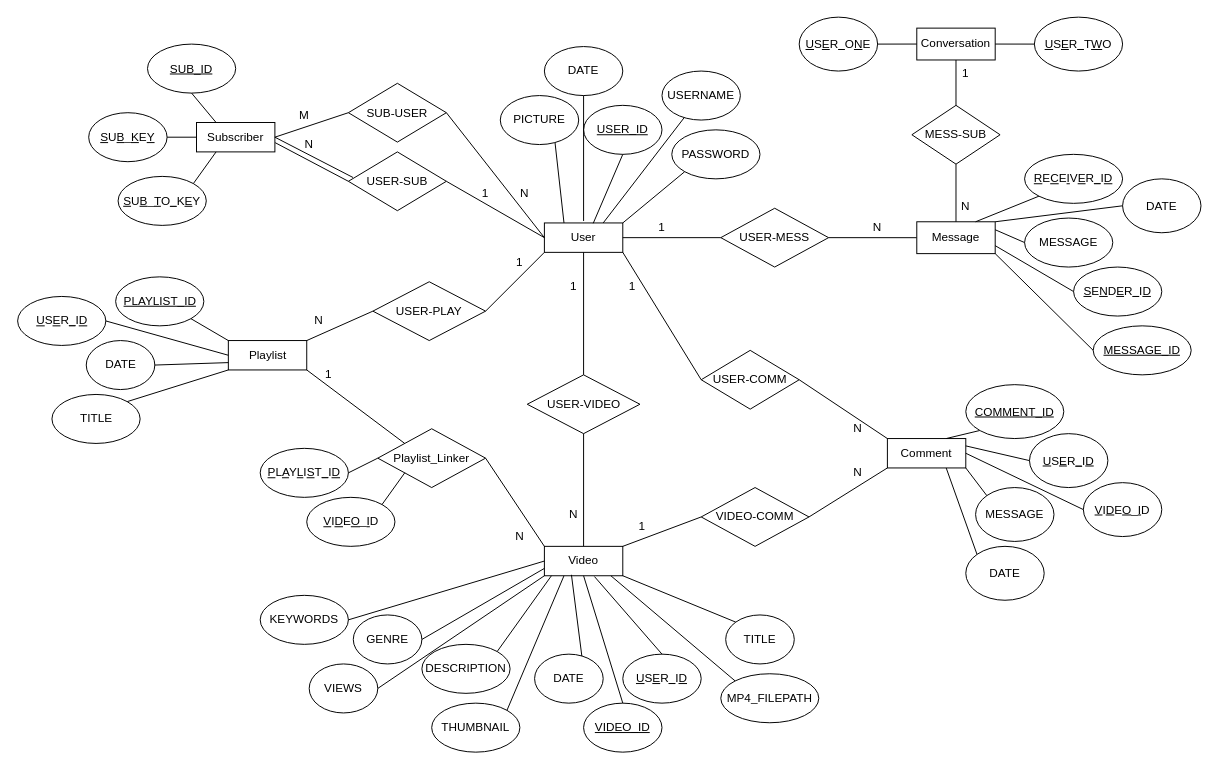
The draw.io diagram Design/Tables/ER_Diagram.drawio in Jacob-Mellichamp/MeTube, before the edit. Source tidied: cells renumbered, new cells numbered last; positions are measured from the earlier drawing's top-left corner, leaving out a move shared by most shapes. Both pictures are drawn from the tidied source at 98%, with x=0, y=0 at pixel (17, 17).
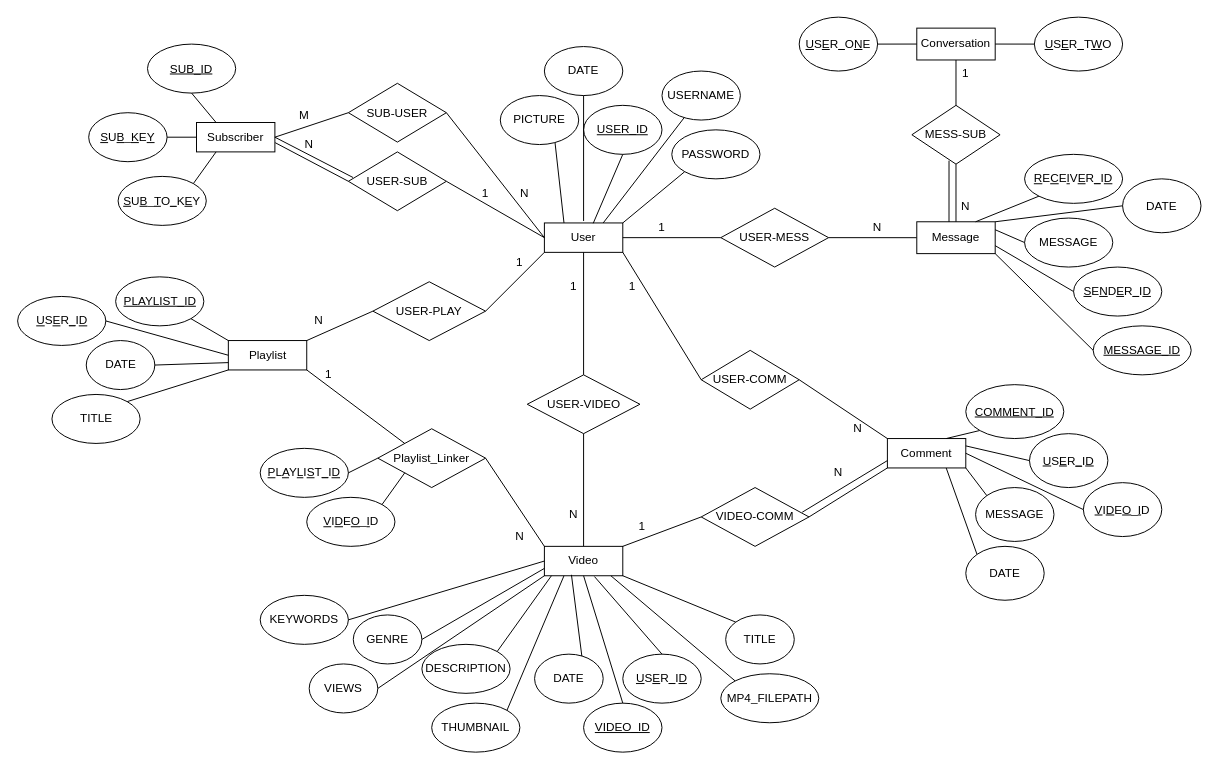
Above is the later version.

Unchanged cells that the change refers to:
```xml
<mxCell id="60" value="Message" style="rounded=0;whiteSpace=wrap;html=1;" parent="1" vertex="1">
  <mxGeometry x="918" y="208.8" width="80" height="32.5" as="geometry" />
</mxCell>
<mxCell id="73" value="MESS-SUB" style="rhombus;whiteSpace=wrap;html=1;" parent="1" vertex="1">
  <mxGeometry x="913" y="90" width="90" height="60" as="geometry" />
</mxCell>
<mxCell id="86" value="Comment" style="rounded=0;whiteSpace=wrap;html=1;" parent="1" vertex="1">
  <mxGeometry x="888" y="430" width="80" height="30" as="geometry" />
</mxCell>
<mxCell id="87" value="VIDEO-COMM" style="rhombus;whiteSpace=wrap;html=1;" parent="1" vertex="1">
  <mxGeometry x="698" y="480" width="110" height="60" as="geometry" />
</mxCell>
```

Diff of the diagram source:
```diff
@@
     <mxCell id="91" value="N" style="text;html=1;strokeColor=none;fillColor=none;align=center;verticalAlign=middle;whiteSpace=wrap;rounded=0;" parent="1" vertex="1">
-      <mxGeometry x="838" y="455" width="40" height="20" as="geometry" />
+      <mxGeometry x="818" y="455" width="40" height="20" as="geometry" />
     </mxCell>
@@
+    <mxCell id="127" style="endArrow=none;html=1;exitX=0.937;exitY=0.42;exitDx=0;exitDy=0;exitPerimeter=0;entryX=0;entryY=0.75;entryDx=0;entryDy=0;" parent="1" edge="1" source="87" target="86">
+      <mxGeometry relative="1" as="geometry" />
+    </mxCell>
+    <mxCell id="128" style="endArrow=none;html=1;entryX=0.421;entryY=0.941;entryDx=0;entryDy=0;entryPerimeter=0;exitX=0.411;exitY=0.004;exitDx=0;exitDy=0;exitPerimeter=0;" parent="1" edge="1" source="60" target="73">
+      <mxGeometry relative="1" as="geometry" />
+    </mxCell>
```
